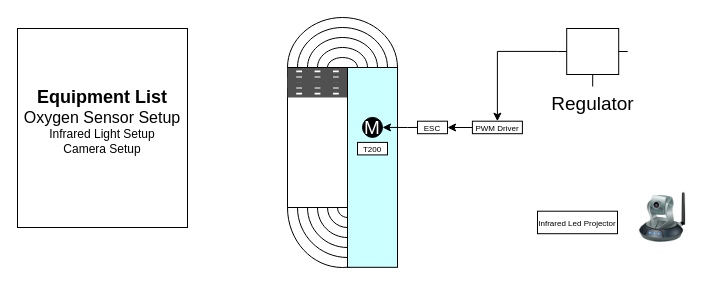
Before: Başlıksız Diyagram.drawio in mmuurraatt/Graduation-Project, a draw.io diagram. Source tidied: cells renumbered, new cells numbered last; positions are measured from the earlier drawing's top-left corner, leaving out a move shared by most shapes. Both pictures are drawn from the tidied source at 100%, with x=0, y=0 at pixel (17, 17).
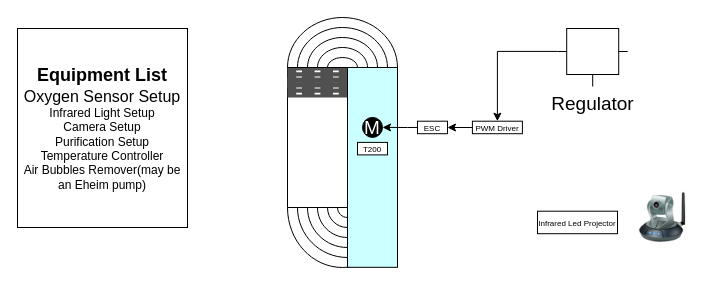
The same page after the edit.

The edit, as a diff of the source:
```diff
@@
-    <mxCell id="28" value="&lt;font style=&quot;&quot;&gt;&lt;span style=&quot;font-size: 18px;&quot;&gt;&lt;b&gt;Equipment List&lt;/b&gt;&lt;/span&gt;&lt;br&gt;&lt;font size=&quot;3&quot;&gt;Oxygen Sensor Setup&lt;br&gt;&lt;/font&gt;Infrared Light Setup&lt;br&gt;Camera Setup&lt;br&gt;&lt;br&gt;&lt;/font&gt;" style="rounded=0;whiteSpace=wrap;html=1;" parent="1" vertex="1">
+    <mxCell id="28" value="&lt;font style=&quot;&quot;&gt;&lt;span style=&quot;font-size: 18px;&quot;&gt;&lt;b&gt;Equipment List&lt;/b&gt;&lt;/span&gt;&lt;br&gt;&lt;font size=&quot;3&quot;&gt;Oxygen Sensor Setup&lt;br&gt;&lt;/font&gt;Infrared Light Setup&lt;br&gt;Camera Setup&lt;br&gt;Purification Setup&lt;br&gt;Temperature Controller&lt;br&gt;Air Bubbles Remover(may be an Eheim pump)&lt;br&gt;&lt;/font&gt;" style="rounded=0;whiteSpace=wrap;html=1;" parent="1" vertex="1">
       <mxGeometry y="11" width="170" height="199" as="geometry" />
     </mxCell>
```
